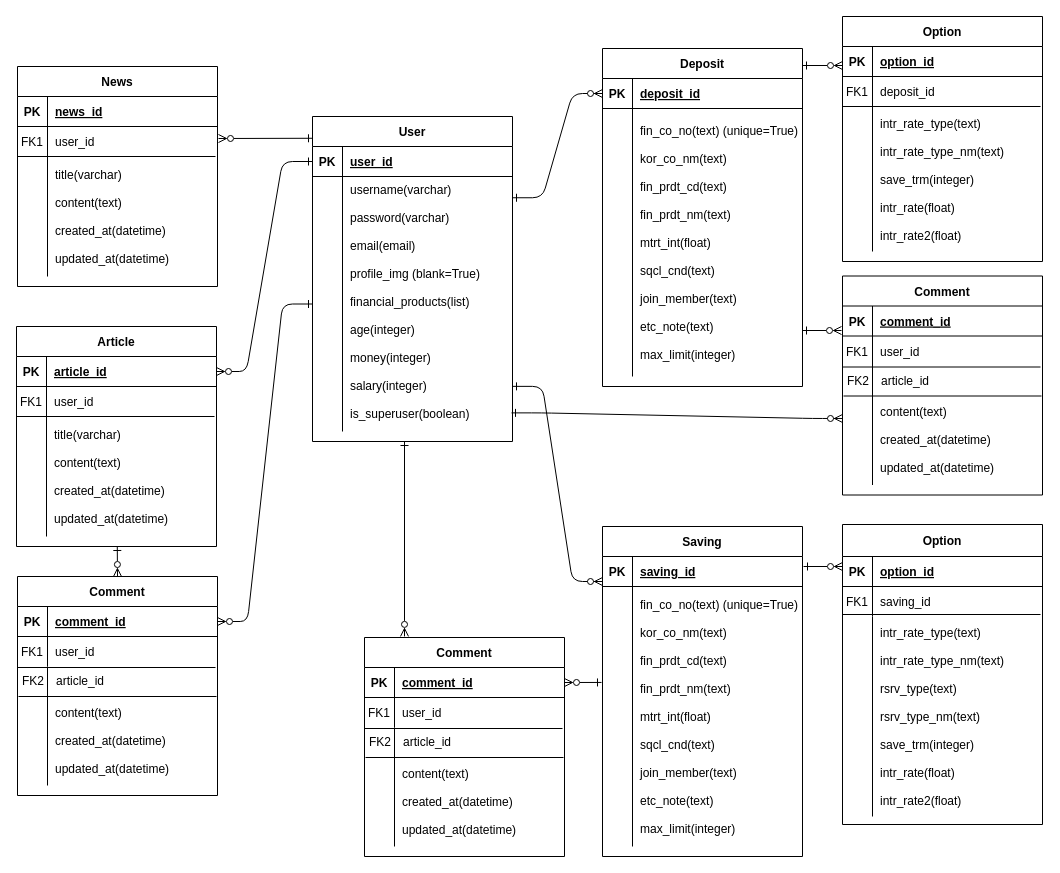
This is 제목 없는 다이어그램.drawio from gawona/git_collaboration, a draw.io file, before an edit. Source tidied: cells renumbered, new cells numbered last; positions are measured from the earlier drawing's top-left corner, leaving out a move shared by most shapes. Both pictures are drawn from the tidied source at 100%, with x=0, y=0 at pixel (16, 16).
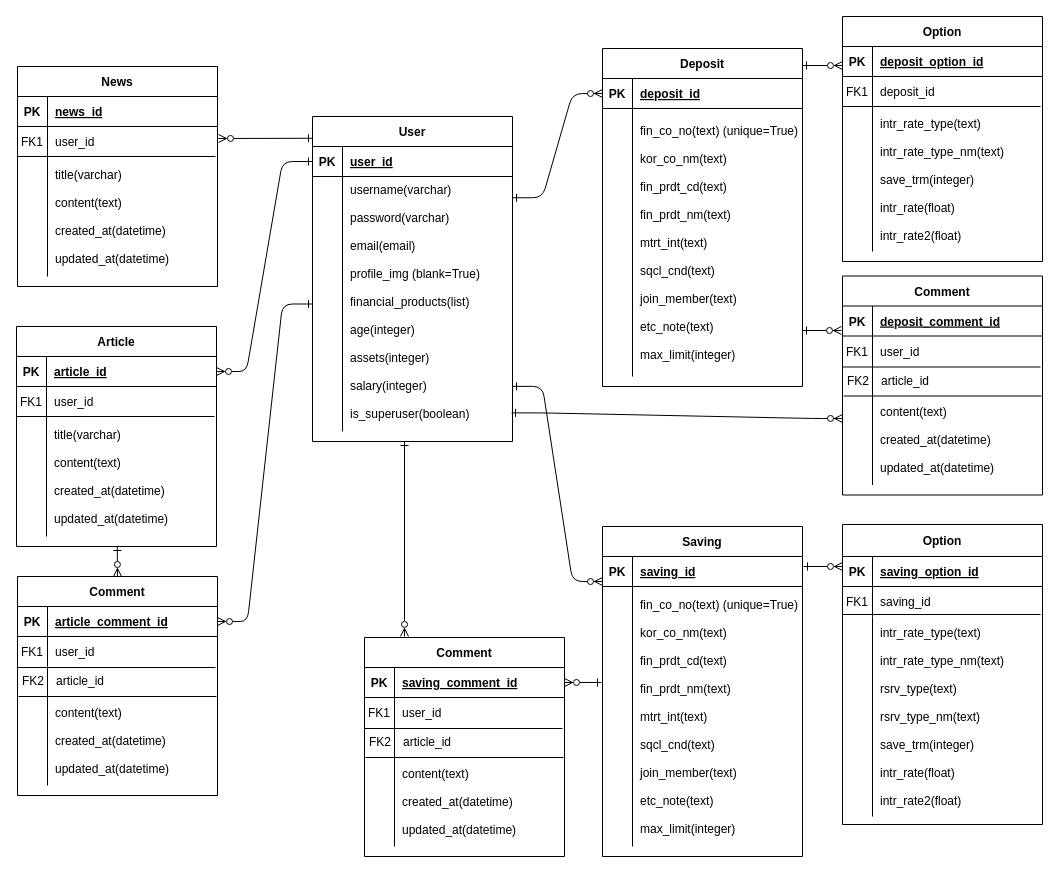
Above is the later version.

Commit message:
final_pjt_erd

The change refers to these unchanged cells:
```xml
<mxCell id="8" style="shape=partialRectangle;fillColor=none;top=0;left=0;right=0;bottom=0;" parent="4" vertex="1">
  <mxGeometry y="60" width="200" height="268" as="geometry" />
</mxCell>
<mxCell id="15" style="shape=partialRectangle;fillColor=none;points=[[0,0.5],[1,0.5]];portConstraint=eastwest;top=0;left=0;right=0;bottom=0;" parent="11" vertex="1">
  <mxGeometry y="60" width="200" height="260" as="geometry" />
</mxCell>
<mxCell id="23" style="shape=partialRectangle;fillColor=none;points=[[0,0.5],[1,0.5]];portConstraint=eastwest;top=0;left=0;right=0;bottom=0;" parent="19" vertex="1">
  <mxGeometry y="60" width="200" height="255" as="geometry" />
</mxCell>
<mxCell id="38" style="shape=partialRectangle;fillColor=none;points=[[0,0.5],[1,0.5]];portConstraint=eastwest;top=0;left=0;right=0;bottom=1;" parent="37" vertex="1">
  <mxGeometry y="30" width="200" height="30" as="geometry" />
</mxCell>
<mxCell id="48" style="shape=partialRectangle;fillColor=none;top=0;left=0;right=0;bottom=1;" parent="47" vertex="1">
  <mxGeometry y="30" width="200" height="30" as="geometry" />
</mxCell>
<mxCell id="80" style="shape=partialRectangle;fillColor=none;top=0;left=0;right=0;bottom=1;" parent="79" vertex="1">
  <mxGeometry y="30" width="200" height="30" as="geometry" />
</mxCell>
<mxCell id="95" style="shape=partialRectangle;fillColor=none;top=0;left=0;right=0;bottom=1;" parent="94" vertex="1">
  <mxGeometry y="32" width="200" height="30" as="geometry" />
</mxCell>
<mxCell id="107" style="shape=partialRectangle;fillColor=none;points=[[0,0.5],[1,0.5]];portConstraint=eastwest;top=0;left=0;right=0;bottom=1;" parent="106" vertex="1">
  <mxGeometry y="30" width="200" height="30" as="geometry" />
</mxCell>
```

Change to the diagram source:
```diff
@@
-    <mxCell id="10" value="fin_co_no(text) (unique=True)&#10;&#10;kor_co_nm(text)&#10;&#10;fin_prdt_cd(text)&#10;&#10;fin_prdt_nm(text)&#10;&#10;mtrt_int(float)&#10;&#10;sqcl_cnd(text)&#10;&#10;join_member(text)&#10;&#10;etc_note(text)&#10;&#10;max_limit(integer)" style="shape=partialRectangle;overflow=hidden;fillColor=none;top=0;left=0;bottom=0;right=0;align=left;spacingLeft=6;" parent="8" vertex="1">
+    <mxCell id="10" value="fin_co_no(text) (unique=True)&#10;&#10;kor_co_nm(text)&#10;&#10;fin_prdt_cd(text)&#10;&#10;fin_prdt_nm(text)&#10;&#10;mtrt_int(text)&#10;&#10;sqcl_cnd(text)&#10;&#10;join_member(text)&#10;&#10;etc_note(text)&#10;&#10;max_limit(integer)" style="shape=partialRectangle;overflow=hidden;fillColor=none;top=0;left=0;bottom=0;right=0;align=left;spacingLeft=6;" parent="8" vertex="1">
       <mxGeometry x="30" width="170" height="268" as="geometry" />
     </mxCell>
@@
-    <mxCell id="17" value="fin_co_no(text) (unique=True)&#10;&#10;kor_co_nm(text)&#10;&#10;fin_prdt_cd(text)&#10;&#10;fin_prdt_nm(text)&#10;&#10;mtrt_int(float)&#10;&#10;sqcl_cnd(text)&#10;&#10;join_member(text)&#10;&#10;etc_note(text)&#10;&#10;max_limit(integer)" style="shape=partialRectangle;overflow=hidden;fillColor=none;top=0;left=0;bottom=0;right=0;align=left;spacingLeft=6;" parent="15" vertex="1">
+    <mxCell id="17" value="fin_co_no(text) (unique=True)&#10;&#10;kor_co_nm(text)&#10;&#10;fin_prdt_cd(text)&#10;&#10;fin_prdt_nm(text)&#10;&#10;mtrt_int(text)&#10;&#10;sqcl_cnd(text)&#10;&#10;join_member(text)&#10;&#10;etc_note(text)&#10;&#10;max_limit(integer)" style="shape=partialRectangle;overflow=hidden;fillColor=none;top=0;left=0;bottom=0;right=0;align=left;spacingLeft=6;" parent="15" vertex="1">
       <mxGeometry x="30" width="170" height="260" as="geometry" />
     </mxCell>
@@
-    <mxCell id="25" value="username(varchar)&#10;&#10;password(varchar)&#10;&#10;email(email)&#10;&#10;profile_img (blank=True)&#10;&#10;financial_products(list)&#10;&#10;age(integer)&#10;&#10;money(integer)&#10;&#10;salary(integer)&#10;&#10;is_superuser(boolean)" style="shape=partialRectangle;overflow=hidden;fillColor=none;top=0;left=0;bottom=0;right=0;align=left;spacingLeft=6;verticalAlign=top;" parent="23" vertex="1">
+    <mxCell id="25" value="username(varchar)&#10;&#10;password(varchar)&#10;&#10;email(email)&#10;&#10;profile_img (blank=True)&#10;&#10;financial_products(list)&#10;&#10;age(integer)&#10;&#10;assets(integer)&#10;&#10;salary(integer)&#10;&#10;is_superuser(boolean)" style="shape=partialRectangle;overflow=hidden;fillColor=none;top=0;left=0;bottom=0;right=0;align=left;spacingLeft=6;verticalAlign=top;" parent="23" vertex="1">
       <mxGeometry x="30" width="170" height="255" as="geometry" />
     </mxCell>
@@
-    <mxCell id="40" value="comment_id " style="shape=partialRectangle;overflow=hidden;fillColor=none;top=0;left=0;bottom=0;right=0;align=left;spacingLeft=6;fontStyle=5;" parent="38" vertex="1">
+    <mxCell id="40" value="article_comment_id " style="shape=partialRectangle;overflow=hidden;fillColor=none;top=0;left=0;bottom=0;right=0;align=left;spacingLeft=6;fontStyle=5;" parent="38" vertex="1">
       <mxGeometry x="30" width="170" height="30" as="geometry" />
     </mxCell>
@@
-    <mxCell id="50" value="option_id " style="shape=partialRectangle;overflow=hidden;fillColor=none;top=0;left=0;bottom=0;right=0;align=left;spacingLeft=6;fontStyle=5;" parent="48" vertex="1">
+    <mxCell id="50" value="deposit_option_id " style="shape=partialRectangle;overflow=hidden;fillColor=none;top=0;left=0;bottom=0;right=0;align=left;spacingLeft=6;fontStyle=5;" parent="48" vertex="1">
       <mxGeometry x="30" width="170" height="30" as="geometry" />
     </mxCell>
@@
-    <mxCell id="82" value="comment_id " style="shape=partialRectangle;overflow=hidden;fillColor=none;top=0;left=0;bottom=0;right=0;align=left;spacingLeft=6;fontStyle=5;" parent="80" vertex="1">
+    <mxCell id="82" value="deposit_comment_id " style="shape=partialRectangle;overflow=hidden;fillColor=none;top=0;left=0;bottom=0;right=0;align=left;spacingLeft=6;fontStyle=5;" parent="80" vertex="1">
       <mxGeometry x="30" width="170" height="30" as="geometry" />
     </mxCell>
@@
-    <mxCell id="97" value="option_id " style="shape=partialRectangle;overflow=hidden;fillColor=none;top=0;left=0;bottom=0;right=0;align=left;spacingLeft=6;fontStyle=5;" parent="95" vertex="1">
+    <mxCell id="97" value="saving_option_id " style="shape=partialRectangle;overflow=hidden;fillColor=none;top=0;left=0;bottom=0;right=0;align=left;spacingLeft=6;fontStyle=5;" parent="95" vertex="1">
       <mxGeometry x="30" width="170" height="30" as="geometry" />
     </mxCell>
@@
-    <mxCell id="109" value="comment_id " style="shape=partialRectangle;overflow=hidden;fillColor=none;top=0;left=0;bottom=0;right=0;align=left;spacingLeft=6;fontStyle=5;" parent="107" vertex="1">
+    <mxCell id="109" value="saving_comment_id " style="shape=partialRectangle;overflow=hidden;fillColor=none;top=0;left=0;bottom=0;right=0;align=left;spacingLeft=6;fontStyle=5;" parent="107" vertex="1">
       <mxGeometry x="30" width="170" height="30" as="geometry" />
     </mxCell>
```
